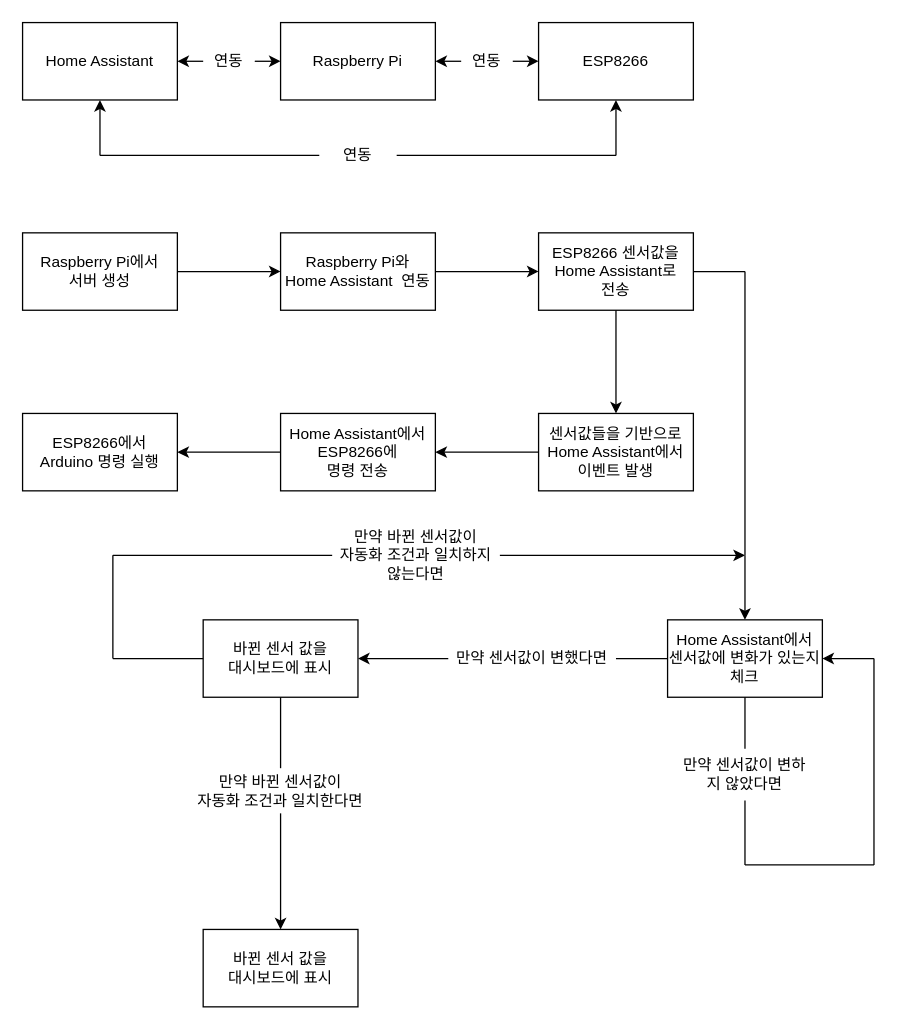
PCU-CED-Team-R/Planning keeps this draw.io diagram as 작동과정.drawio. Above is the earlier version. Source tidied: cells renumbered, new cells numbered last; positions are measured from the earlier drawing's top-left corner, leaving out a move shared by most shapes. Both pictures are drawn from the tidied source at 129%, with x=0, y=0 at pixel (22, 22).
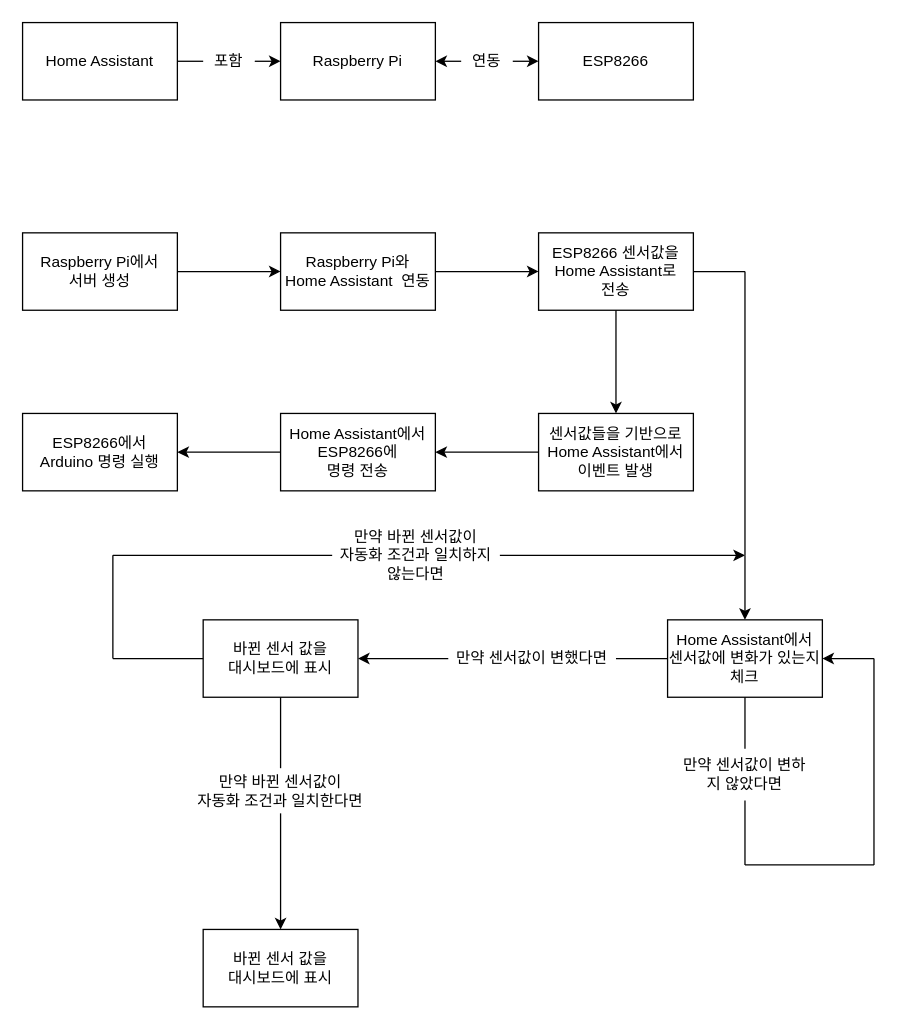
The same page after the edit.

Unchanged cells that the change refers to:
```xml
<mxCell id="2" style="rounded=0;whiteSpace=wrap;html=1;" parent="1" vertex="1">
  <mxGeometry width="120" height="60" as="geometry" />
</mxCell>
<mxCell id="5" style="rounded=0;whiteSpace=wrap;html=1;" parent="1" vertex="1">
  <mxGeometry x="200" width="120" height="60" as="geometry" />
</mxCell>
<mxCell id="7" style="rounded=0;whiteSpace=wrap;html=1;" parent="1" vertex="1">
  <mxGeometry x="400" width="120" height="60" as="geometry" />
</mxCell>
```

The edit, as a diff of the source:
```diff
@@
-    <mxCell id="4" style="endArrow=classic;startArrow=none;html=1;rounded=0;exitX=1;exitY=0.5;exitDx=0;exitDy=0;entryX=0;entryY=0.5;entryDx=0;entryDy=0;" parent="1" edge="1" source="22" target="5">
-      <mxGeometry relative="1" as="geometry" />
-    </mxCell>
@@
-    <mxCell id="22" value="연동" style="text;html=1;strokeColor=none;fillColor=none;align=center;verticalAlign=middle;whiteSpace=wrap;rounded=0;" parent="1" vertex="1">
+    <mxCell id="22" value="포함" style="text;html=1;strokeColor=none;fillColor=none;align=center;verticalAlign=middle;whiteSpace=wrap;rounded=0;" parent="1" vertex="1">
       <mxGeometry x="140" y="15" width="40" height="30" as="geometry" />
     </mxCell>
-    <mxCell id="23" style="endArrow=none;startArrow=classic;html=1;rounded=0;exitX=1;exitY=0.5;exitDx=0;exitDy=0;entryX=0;entryY=0.5;entryDx=0;entryDy=0;" parent="1" edge="1" source="2" target="22">
+    <mxCell id="23" style="endArrow=none;startArrow=classic;html=1;rounded=0;exitX=0;exitY=0.5;exitDx=0;exitDy=0;entryX=1;entryY=0.5;entryDx=0;entryDy=0;" parent="1" edge="1" source="5" target="22">
       <mxGeometry relative="1" as="geometry" />
     </mxCell>
@@
-    <mxCell id="26" style="endArrow=classic;html=1;rounded=0;entryX=0.5;entryY=1;entryDx=0;entryDy=0;" parent="1" edge="1" target="2">
-      <mxGeometry relative="1" as="geometry">
-        <mxPoint x="60" y="103" as="sourcePoint" />
-      </mxGeometry>
-    </mxCell>
-    <mxCell id="27" style="endArrow=classic;html=1;rounded=0;entryX=0.5;entryY=1;entryDx=0;entryDy=0;" parent="1" edge="1" target="7">
-      <mxGeometry relative="1" as="geometry">
-        <mxPoint x="460" y="103" as="sourcePoint" />
-      </mxGeometry>
-    </mxCell>
-    <mxCell id="28" style="endArrow=none;html=1;rounded=0;startArrow=none;" parent="1" edge="1" source="29">
-      <mxGeometry relative="1" as="geometry">
-        <mxPoint x="460" y="103" as="targetPoint" />
-      </mxGeometry>
-    </mxCell>
-    <mxCell id="29" value="연동" style="text;html=1;strokeColor=none;fillColor=none;align=center;verticalAlign=middle;whiteSpace=wrap;rounded=0;" parent="1" vertex="1">
-      <mxGeometry x="230" y="88" width="60" height="30" as="geometry" />
-    </mxCell>
-    <mxCell id="30" style="endArrow=none;html=1;rounded=0;" parent="1" edge="1" target="29">
-      <mxGeometry relative="1" as="geometry">
-        <mxPoint x="60" y="103" as="sourcePoint" />
-      </mxGeometry>
-    </mxCell>
@@
+    <mxCell id="62" style="endArrow=none;html=1;rounded=0;exitX=1;exitY=0.5;exitDx=0;exitDy=0;entryX=0;entryY=0.5;entryDx=0;entryDy=0;" parent="1" edge="1" source="2" target="22">
+      <mxGeometry relative="1" as="geometry" />
+    </mxCell>
```
